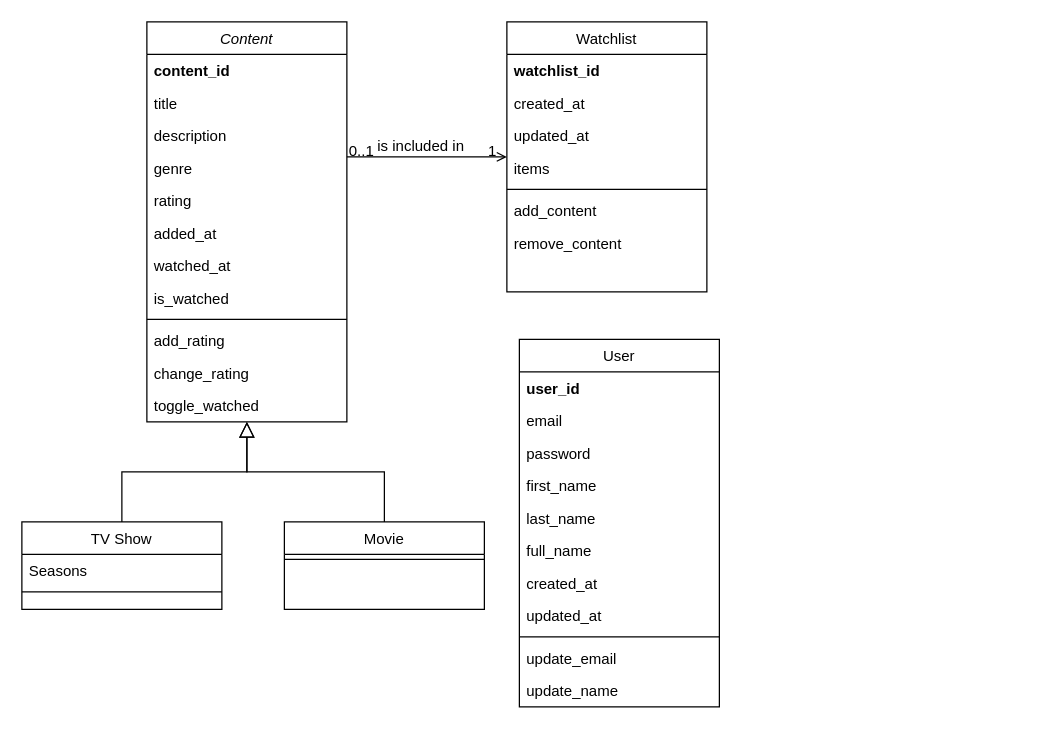
This is docs/api-entities.drawio from tamirarnesty/watchedit, a draw.io file, before an edit. Source tidied: cells renumbered, new cells numbered last; positions are measured from the earlier drawing's top-left corner, leaving out a move shared by most shapes. Both pictures are drawn from the tidied source at 125%, with x=0, y=0 at pixel (21, 21).
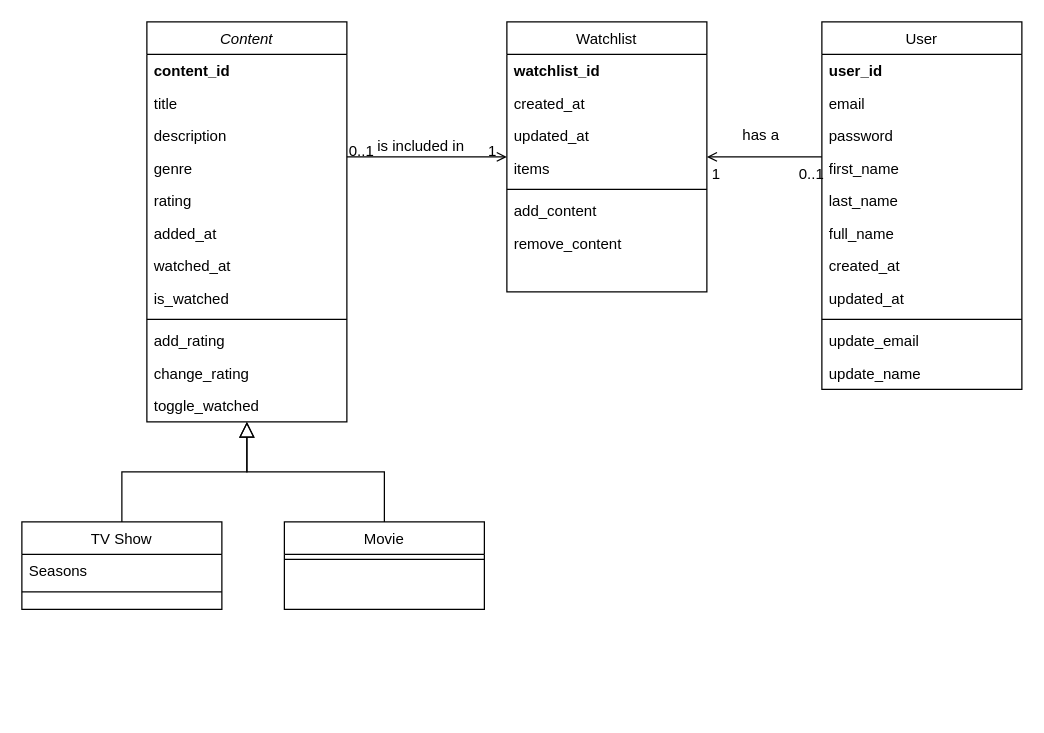
The same diagram, later.

Commit message:
Add relationship for user and watchlist

The change refers to these unchanged cells:
```xml
<mxCell id="22" value="Watchlist" style="swimlane;fontStyle=0;align=center;verticalAlign=top;horizontal=1;startSize=26;rounded=0;shadow=0;strokeWidth=1;" parent="1" vertex="1">
  <mxGeometry x="388" width="160" height="216" as="geometry" />
</mxCell>
```

The edit, as a diff of the source:
```diff
@@
     <mxCell id="34" value="User" style="swimlane;fontStyle=0;align=center;verticalAlign=top;horizontal=1;startSize=26;rounded=0;shadow=0;strokeWidth=1;" parent="1" vertex="1">
-      <mxGeometry x="398" y="254" width="160" height="294" as="geometry" />
+      <mxGeometry x="640" width="160" height="294" as="geometry" />
     </mxCell>
@@
+    <mxCell id="46" style="endArrow=open;shadow=0;strokeWidth=1;rounded=0;curved=0;endFill=1;edgeStyle=elbowEdgeStyle;elbow=vertical;" parent="1" edge="1" source="34" target="22">
+      <mxGeometry x="0.5" y="41" relative="1" as="geometry">
+        <mxPoint x="-40" y="32" as="offset" />
+      </mxGeometry>
+    </mxCell>
+    <mxCell id="47" value="0..1" style="align=left;verticalAlign=bottom;labelBackgroundColor=none;fontSize=12;" parent="46" vertex="1">
+      <mxGeometry x="-1" relative="1" as="geometry">
+        <mxPoint x="-20" y="22" as="offset" />
+      </mxGeometry>
+    </mxCell>
+    <mxCell id="48" value="1" style="align=right;verticalAlign=bottom;labelBackgroundColor=none;fontSize=12;" parent="46" vertex="1">
+      <mxGeometry x="1" relative="1" as="geometry">
+        <mxPoint x="12" y="22" as="offset" />
+      </mxGeometry>
+    </mxCell>
+    <mxCell id="49" value="has a" style="text;html=1;align=center;verticalAlign=middle;labelBackgroundColor=none;rounded=0;shadow=0;strokeWidth=1;fontSize=12;" parent="46" vertex="1">
+      <mxGeometry x="0.5" y="49" relative="1" as="geometry">
+        <mxPoint x="19" y="-67" as="offset" />
+      </mxGeometry>
+    </mxCell>
```
